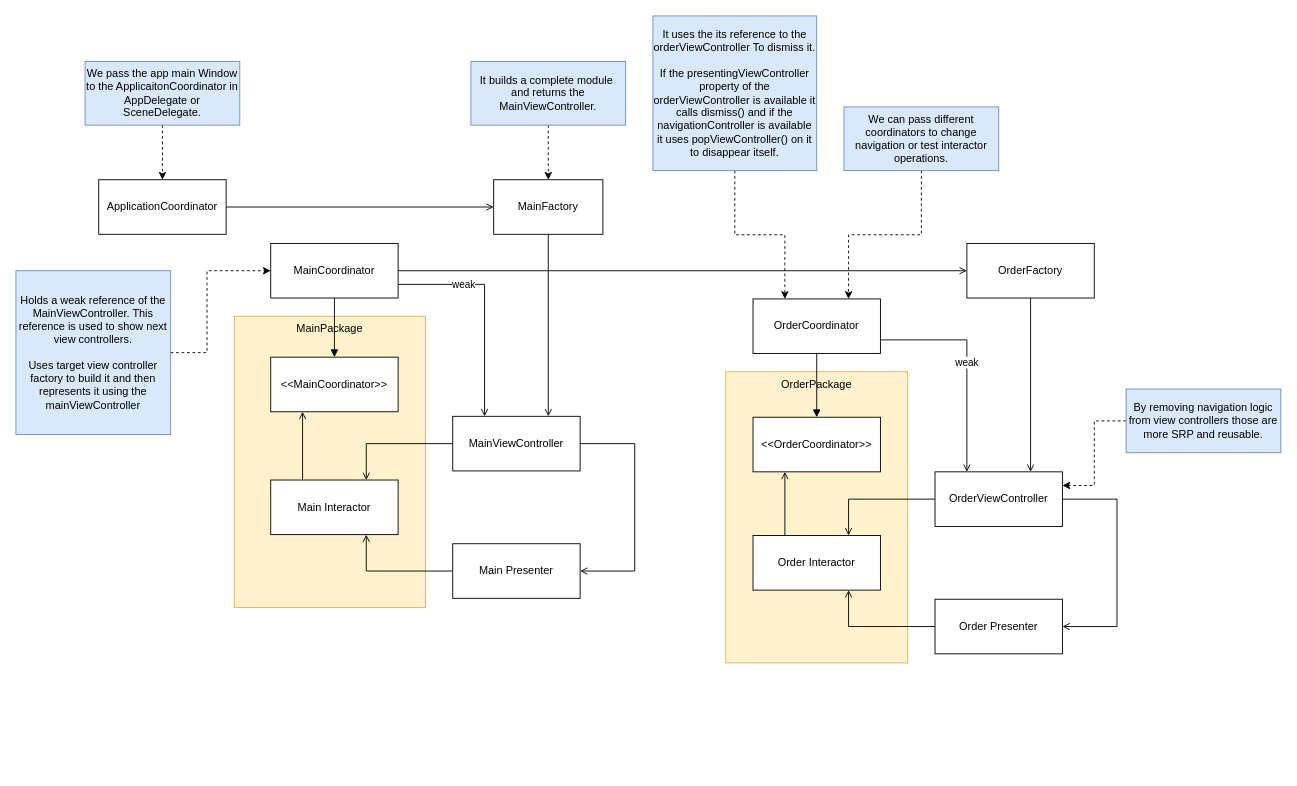
The draw.io diagram RouterPattern/Documents/RouterPattern.drawio in justin-er/Flow, before the edit. Source tidied: cells renumbered, new cells numbered last; positions are measured from the earlier drawing's top-left corner, leaving out a move shared by most shapes. Both pictures are drawn from the tidied source at 91%, with x=0, y=0 at pixel (15, 15).
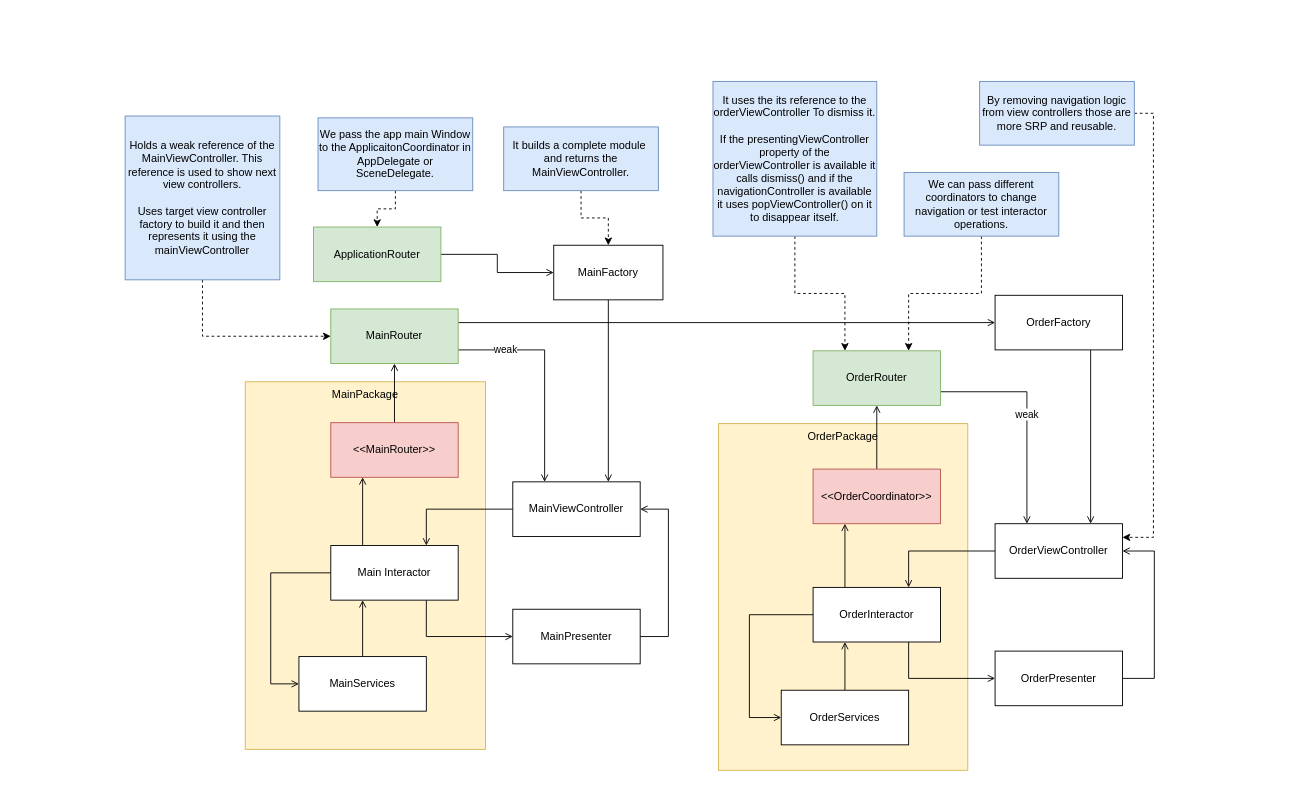
The same page after the edit.

Unchanged cells that the change refers to:
```xml
<mxCell id="11" style="edgeStyle=orthogonalEdgeStyle;rounded=0;jettySize=auto;html=1;entryX=0.25;entryY=0;entryDx=0;entryDy=0;startArrow=none;startFill=0;endArrow=open;endFill=0;exitX=1;exitY=0.75;exitDx=0;exitDy=0;" parent="1" edge="1" source="15" target="6">
  <mxGeometry relative="1" as="geometry" />
</mxCell>
```

What changed in the source:
```diff
@@
     <mxCell id="2" value="OrderPackage" style="rounded=0;whiteSpace=wrap;html=1;fillColor=#fff2cc;strokeColor=#d6b656;verticalAlign=top;labelPosition=center;verticalLabelPosition=middle;align=center;" parent="1" vertex="1">
-      <mxGeometry x="780" y="391" width="200" height="320" as="geometry" />
+      <mxGeometry x="772" y="448" width="274" height="381" as="geometry" />
     </mxCell>
     <mxCell id="3" value="MainPackage" style="rounded=0;whiteSpace=wrap;html=1;fillColor=#fff2cc;strokeColor=#d6b656;verticalAlign=top;labelPosition=center;verticalLabelPosition=middle;align=center;" parent="1" vertex="1">
-      <mxGeometry x="240" y="330" width="210" height="320" as="geometry" />
+      <mxGeometry x="252" y="402" width="264" height="404" as="geometry" />
     </mxCell>
@@
     <mxCell id="6" value="MainViewController" style="rounded=0;whiteSpace=wrap;html=1;" parent="1" vertex="1">
-      <mxGeometry x="480" y="440" width="140" height="60" as="geometry" />
+      <mxGeometry x="546" y="512" width="140" height="60" as="geometry" />
     </mxCell>
-    <mxCell id="7" style="edgeStyle=orthogonalEdgeStyle;rounded=0;jettySize=auto;html=1;entryX=0;entryY=0.5;entryDx=0;entryDy=0;exitX=0.75;exitY=1;exitDx=0;exitDy=0;endArrow=none;endFill=0;startArrow=open;startFill=0;" parent="1" edge="1" source="8" target="10">
+    <mxCell id="7" style="edgeStyle=orthogonalEdgeStyle;rounded=0;jettySize=auto;html=1;entryX=0;entryY=0.5;entryDx=0;entryDy=0;exitX=0.75;exitY=1;exitDx=0;exitDy=0;endArrow=open;endFill=0;startArrow=none;startFill=0;" parent="1" edge="1" source="8" target="10">
       <mxGeometry relative="1" as="geometry" />
     </mxCell>
+    <mxCell id="46" style="edgeStyle=orthogonalEdgeStyle;rounded=0;jettySize=auto;html=1;entryX=0.5;entryY=0;entryDx=0;entryDy=0;startArrow=open;startFill=0;endArrow=none;endFill=0;exitX=0.25;exitY=1;exitDx=0;exitDy=0;" parent="1" edge="1" source="8" target="48">
+      <mxGeometry relative="1" as="geometry" />
+    </mxCell>
+    <mxCell id="47" style="edgeStyle=orthogonalEdgeStyle;rounded=0;jettySize=auto;html=1;entryX=0;entryY=0.5;entryDx=0;entryDy=0;startArrow=none;startFill=0;endArrow=open;endFill=0;exitX=0;exitY=0.5;exitDx=0;exitDy=0;" parent="1" edge="1" source="8" target="48">
+      <mxGeometry relative="1" as="geometry">
+        <Array as="points">
+          <mxPoint x="280" y="612" />
+          <mxPoint x="280" y="734" />
+        </Array>
+      </mxGeometry>
+    </mxCell>
     <mxCell id="8" value="Main Interactor" style="rounded=0;whiteSpace=wrap;html=1;" parent="1" vertex="1">
-      <mxGeometry x="280" y="510" width="140" height="60" as="geometry" />
+      <mxGeometry x="346" y="582" width="140" height="60" as="geometry" />
     </mxCell>
-    <mxCell id="9" style="edgeStyle=orthogonalEdgeStyle;rounded=0;jettySize=auto;html=1;entryX=1;entryY=0.5;entryDx=0;entryDy=0;exitX=1;exitY=0.5;exitDx=0;exitDy=0;endArrow=none;endFill=0;startArrow=open;startFill=0;" parent="1" edge="1" source="10" target="6">
+    <mxCell id="9" style="edgeStyle=orthogonalEdgeStyle;rounded=0;jettySize=auto;html=1;entryX=1;entryY=0.5;entryDx=0;entryDy=0;exitX=1;exitY=0.5;exitDx=0;exitDy=0;endArrow=open;endFill=0;startArrow=none;startFill=0;" parent="1" edge="1" source="10" target="6">
       <mxGeometry relative="1" as="geometry">
         <Array as="points">
-          <mxPoint x="680" y="610" />
-          <mxPoint x="680" y="470" />
+          <mxPoint x="717" y="682" />
+          <mxPoint x="717" y="542" />
         </Array>
       </mxGeometry>
     </mxCell>
-    <mxCell id="10" value="Main Presenter" style="rounded=0;whiteSpace=wrap;html=1;" parent="1" vertex="1">
-      <mxGeometry x="480" y="580" width="140" height="60" as="geometry" />
+    <mxCell id="10" value="MainPresenter" style="rounded=0;whiteSpace=wrap;html=1;" parent="1" vertex="1">
+      <mxGeometry x="546" y="652" width="140" height="60" as="geometry" />
     </mxCell>
@@
     <mxCell id="12" value="weak" style="edgeLabel;html=1;align=center;verticalAlign=middle;" parent="11" vertex="1">
       <mxGeometry x="-0.17" relative="1" as="geometry">
-        <mxPoint x="-24" y="-6" as="offset" />
+        <mxPoint x="-44" y="-6" as="offset" />
       </mxGeometry>
     </mxCell>
-    <mxCell id="13" style="edgeStyle=orthogonalEdgeStyle;rounded=0;jettySize=auto;html=1;entryX=0.5;entryY=0;entryDx=0;entryDy=0;endArrow=block;endFill=1;" parent="1" edge="1" source="15" target="26">
+    <mxCell id="13" style="edgeStyle=orthogonalEdgeStyle;rounded=0;jettySize=auto;html=1;entryX=0.5;entryY=0;entryDx=0;entryDy=0;endArrow=none;endFill=0;startArrow=open;startFill=0;" parent="1" edge="1" source="15" target="26">
       <mxGeometry relative="1" as="geometry" />
     </mxCell>
-    <mxCell id="14" style="edgeStyle=orthogonalEdgeStyle;rounded=0;jettySize=auto;html=1;endArrow=open;endFill=0;" parent="1" edge="1" source="15" target="35">
+    <mxCell id="14" style="edgeStyle=orthogonalEdgeStyle;rounded=0;jettySize=auto;html=1;endArrow=open;endFill=0;exitX=1;exitY=0.25;exitDx=0;exitDy=0;" parent="1" edge="1" source="15" target="35">
       <mxGeometry relative="1" as="geometry" />
     </mxCell>
-    <mxCell id="15" value="MainCoordinator" style="rounded=0;whiteSpace=wrap;html=1;" parent="1" vertex="1">
-      <mxGeometry x="280" y="250" width="140" height="60" as="geometry" />
+    <mxCell id="15" value="MainRouter" style="rounded=0;whiteSpace=wrap;html=1;fillColor=#d5e8d4;strokeColor=#82b366;" parent="1" vertex="1">
+      <mxGeometry x="346" y="322" width="140" height="60" as="geometry" />
     </mxCell>
@@
     <mxCell id="18" value="OrderViewController" style="rounded=0;whiteSpace=wrap;html=1;" parent="1" vertex="1">
-      <mxGeometry x="1010" y="501" width="140" height="60" as="geometry" />
+      <mxGeometry x="1076" y="558" width="140" height="60" as="geometry" />
     </mxCell>
-    <mxCell id="19" style="edgeStyle=orthogonalEdgeStyle;rounded=0;jettySize=auto;html=1;entryX=0;entryY=0.5;entryDx=0;entryDy=0;exitX=0.75;exitY=1;exitDx=0;exitDy=0;endArrow=none;endFill=0;startArrow=open;startFill=0;" parent="1" edge="1" source="20" target="22">
+    <mxCell id="19" style="edgeStyle=orthogonalEdgeStyle;rounded=0;jettySize=auto;html=1;entryX=0;entryY=0.5;entryDx=0;entryDy=0;exitX=0.75;exitY=1;exitDx=0;exitDy=0;endArrow=open;endFill=0;startArrow=none;startFill=0;" parent="1" edge="1" source="20" target="22">
       <mxGeometry relative="1" as="geometry" />
     </mxCell>
-    <mxCell id="20" value="Order Interactor" style="rounded=0;whiteSpace=wrap;html=1;" parent="1" vertex="1">
-      <mxGeometry x="810" y="571" width="140" height="60" as="geometry" />
+    <mxCell id="20" value="OrderInteractor" style="rounded=0;whiteSpace=wrap;html=1;" parent="1" vertex="1">
+      <mxGeometry x="876" y="628" width="140" height="60" as="geometry" />
     </mxCell>
-    <mxCell id="21" style="edgeStyle=orthogonalEdgeStyle;rounded=0;jettySize=auto;html=1;entryX=1;entryY=0.5;entryDx=0;entryDy=0;exitX=1;exitY=0.5;exitDx=0;exitDy=0;endArrow=none;endFill=0;startArrow=open;startFill=0;" parent="1" edge="1" source="22" target="18">
+    <mxCell id="21" style="edgeStyle=orthogonalEdgeStyle;rounded=0;jettySize=auto;html=1;entryX=1;entryY=0.5;entryDx=0;entryDy=0;exitX=1;exitY=0.5;exitDx=0;exitDy=0;endArrow=open;endFill=0;startArrow=none;startFill=0;" parent="1" edge="1" source="22" target="18">
       <mxGeometry relative="1" as="geometry">
         <Array as="points">
-          <mxPoint x="1210" y="671" />
-          <mxPoint x="1210" y="531" />
+          <mxPoint x="1251" y="728" />
+          <mxPoint x="1251" y="588" />
         </Array>
       </mxGeometry>
     </mxCell>
-    <mxCell id="22" value="Order Presenter" style="rounded=0;whiteSpace=wrap;html=1;" parent="1" vertex="1">
-      <mxGeometry x="1010" y="641" width="140" height="60" as="geometry" />
+    <mxCell id="22" value="OrderPresenter" style="rounded=0;whiteSpace=wrap;html=1;" parent="1" vertex="1">
+      <mxGeometry x="1076" y="698" width="140" height="60" as="geometry" />
     </mxCell>
@@
-    <mxCell id="24" style="edgeStyle=orthogonalEdgeStyle;rounded=0;jettySize=auto;html=1;entryX=0.5;entryY=0;entryDx=0;entryDy=0;endArrow=block;endFill=1;exitX=0.5;exitY=1;exitDx=0;exitDy=0;" parent="1" edge="1" source="25" target="27">
+    <mxCell id="24" style="edgeStyle=orthogonalEdgeStyle;rounded=0;jettySize=auto;html=1;entryX=0.5;entryY=0;entryDx=0;entryDy=0;endArrow=none;endFill=0;exitX=0.5;exitY=1;exitDx=0;exitDy=0;startArrow=open;startFill=0;" parent="1" edge="1" source="25" target="27">
       <mxGeometry relative="1" as="geometry" />
     </mxCell>
-    <mxCell id="25" value="OrderCoordinator" style="rounded=0;whiteSpace=wrap;html=1;" parent="1" vertex="1">
-      <mxGeometry x="810" y="311" width="140" height="60" as="geometry" />
+    <mxCell id="25" value="OrderRouter" style="rounded=0;whiteSpace=wrap;html=1;fillColor=#d5e8d4;strokeColor=#82b366;" parent="1" vertex="1">
+      <mxGeometry x="876" y="368" width="140" height="60" as="geometry" />
     </mxCell>
-    <mxCell id="26" value="&amp;lt;&amp;lt;MainCoordinator&amp;gt;&amp;gt;" style="rounded=0;whiteSpace=wrap;html=1;" parent="1" vertex="1">
-      <mxGeometry x="280" y="375" width="140" height="60" as="geometry" />
+    <mxCell id="26" value="&amp;lt;&amp;lt;MainRouter&amp;gt;&amp;gt;" style="rounded=0;whiteSpace=wrap;html=1;fillColor=#f8cecc;strokeColor=#b85450;" parent="1" vertex="1">
+      <mxGeometry x="346" y="447" width="140" height="60" as="geometry" />
     </mxCell>
-    <mxCell id="27" value="&amp;lt;&amp;lt;OrderCoordinator&amp;gt;&amp;gt;" style="rounded=0;whiteSpace=wrap;html=1;" parent="1" vertex="1">
-      <mxGeometry x="810" y="441" width="140" height="60" as="geometry" />
+    <mxCell id="27" value="&amp;lt;&amp;lt;OrderCoordinator&amp;gt;&amp;gt;" style="rounded=0;whiteSpace=wrap;html=1;fillColor=#f8cecc;strokeColor=#b85450;" parent="1" vertex="1">
+      <mxGeometry x="876" y="498" width="140" height="60" as="geometry" />
     </mxCell>
@@
-    <mxCell id="29" value="ApplicationCoordinator" style="rounded=0;whiteSpace=wrap;html=1;" parent="1" vertex="1">
-      <mxGeometry x="91" y="180" width="140" height="60" as="geometry" />
+    <mxCell id="29" value="ApplicationRouter" style="rounded=0;whiteSpace=wrap;html=1;fillColor=#d5e8d4;strokeColor=#82b366;" parent="1" vertex="1">
+      <mxGeometry x="327" y="232" width="140" height="60" as="geometry" />
     </mxCell>
@@
     <mxCell id="31" value="We pass the app main Window to the ApplicaitonCoordinator in AppDelegate or SceneDelegate." style="text;html=1;strokeColor=#6c8ebf;fillColor=#dae8fc;align=center;verticalAlign=middle;whiteSpace=wrap;rounded=0;" parent="1" vertex="1">
-      <mxGeometry x="76" y="50" width="170" height="70" as="geometry" />
+      <mxGeometry x="332" y="112" width="170" height="80" as="geometry" />
     </mxCell>
@@
     <mxCell id="33" value="MainFactory" style="whiteSpace=wrap;html=1;rounded=0;" parent="1" vertex="1">
-      <mxGeometry x="525" y="180" width="120" height="60" as="geometry" />
+      <mxGeometry x="591" y="252" width="120" height="60" as="geometry" />
     </mxCell>
-    <mxCell id="34" style="edgeStyle=orthogonalEdgeStyle;rounded=0;jettySize=auto;html=1;entryX=0.75;entryY=0;entryDx=0;entryDy=0;endArrow=open;endFill=0;" parent="1" edge="1" source="35" target="18">
+    <mxCell id="34" style="edgeStyle=orthogonalEdgeStyle;rounded=0;jettySize=auto;html=1;entryX=0.75;entryY=0;entryDx=0;entryDy=0;endArrow=open;endFill=0;exitX=0.75;exitY=1;exitDx=0;exitDy=0;" parent="1" edge="1" source="35" target="18">
       <mxGeometry relative="1" as="geometry" />
     </mxCell>
     <mxCell id="35" value="OrderFactory" style="rounded=0;whiteSpace=wrap;html=1;" parent="1" vertex="1">
-      <mxGeometry x="1045" y="250" width="140" height="60" as="geometry" />
+      <mxGeometry x="1076" y="307" width="140" height="60" as="geometry" />
     </mxCell>
@@
     <mxCell id="37" value="It builds a complete module&amp;nbsp; and returns the MainViewController." style="text;html=1;strokeColor=#6c8ebf;fillColor=#dae8fc;align=center;verticalAlign=middle;whiteSpace=wrap;rounded=0;" parent="1" vertex="1">
-      <mxGeometry x="500" y="50" width="170" height="70" as="geometry" />
+      <mxGeometry x="536" y="122" width="170" height="70" as="geometry" />
     </mxCell>
-    <mxCell id="38" style="edgeStyle=orthogonalEdgeStyle;rounded=0;jettySize=auto;html=1;entryX=0;entryY=0.5;entryDx=0;entryDy=0;dashed=1;endArrow=classic;endFill=1;" parent="1" edge="1" source="39" target="15">
+    <mxCell id="38" style="edgeStyle=orthogonalEdgeStyle;rounded=0;jettySize=auto;html=1;entryX=0;entryY=0.5;entryDx=0;entryDy=0;dashed=1;endArrow=classic;endFill=1;exitX=0.5;exitY=1;exitDx=0;exitDy=0;" parent="1" edge="1" source="39" target="15">
       <mxGeometry relative="1" as="geometry">
         <Array as="points">
-          <mxPoint x="210" y="370" />
-          <mxPoint x="210" y="280" />
+          <mxPoint x="205" y="352" />
         </Array>
       </mxGeometry>
     </mxCell>
     <mxCell id="39" value="Holds a weak reference of the MainViewController. This reference is used to show next view controllers.&lt;br&gt;&lt;br&gt;Uses target view controller factory to build it and then represents it using the mainViewController" style="text;html=1;strokeColor=#6c8ebf;fillColor=#dae8fc;align=center;verticalAlign=middle;whiteSpace=wrap;rounded=0;" parent="1" vertex="1">
-      <mxGeometry y="280" width="170" height="180" as="geometry" />
+      <mxGeometry x="120" y="110" width="170" height="180" as="geometry" />
     </mxCell>
@@
     <mxCell id="41" value="We can pass different coordinators to change navigation or test interactor operations." style="text;html=1;strokeColor=#6c8ebf;fillColor=#dae8fc;align=center;verticalAlign=middle;whiteSpace=wrap;rounded=0;" parent="1" vertex="1">
-      <mxGeometry x="910" y="100" width="170" height="70" as="geometry" />
+      <mxGeometry x="976" y="172" width="170" height="70" as="geometry" />
     </mxCell>
     <mxCell id="42" style="edgeStyle=orthogonalEdgeStyle;rounded=0;jettySize=auto;html=1;entryX=1;entryY=0.25;entryDx=0;entryDy=0;dashed=1;endArrow=classic;endFill=1;" parent="1" edge="1" source="43" target="18">
-      <mxGeometry relative="1" as="geometry" />
+      <mxGeometry relative="1" as="geometry">
+        <Array as="points">
+          <mxPoint x="1250" y="107" />
+          <mxPoint x="1250" y="573" />
+        </Array>
+      </mxGeometry>
     </mxCell>
     <mxCell id="43" value="By removing navigation logic from view controllers those are more SRP and reusable." style="text;html=1;strokeColor=#6c8ebf;fillColor=#dae8fc;align=center;verticalAlign=middle;whiteSpace=wrap;rounded=0;" parent="1" vertex="1">
-      <mxGeometry x="1220" y="410" width="170" height="70" as="geometry" />
+      <mxGeometry x="1059" y="72" width="170" height="70" as="geometry" />
     </mxCell>
@@
     <mxCell id="45" value="It uses the its reference to the orderViewController To dismiss it.&lt;br&gt;&lt;br&gt;If the presentingViewController property of the orderViewController is available it calls dismiss() and if the navigationController is available it uses popViewController() on it to disappear itself." style="text;html=1;strokeColor=#6c8ebf;fillColor=#dae8fc;align=center;verticalAlign=middle;whiteSpace=wrap;rounded=0;" parent="1" vertex="1">
-      <mxGeometry x="700" width="180" height="170" as="geometry" />
+      <mxGeometry x="766" y="72" width="180" height="170" as="geometry" />
     </mxCell>
+    <mxCell id="48" value="MainServices" style="rounded=0;whiteSpace=wrap;html=1;" parent="1" vertex="1">
+      <mxGeometry x="311" y="704" width="140" height="60" as="geometry" />
+    </mxCell>
+    <mxCell id="49" style="edgeStyle=orthogonalEdgeStyle;rounded=0;jettySize=auto;html=1;entryX=0.25;entryY=1;entryDx=0;entryDy=0;startArrow=none;startFill=0;endArrow=open;endFill=0;" parent="1" edge="1" source="51" target="20">
+      <mxGeometry relative="1" as="geometry" />
+    </mxCell>
+    <mxCell id="50" style="edgeStyle=orthogonalEdgeStyle;rounded=0;jettySize=auto;html=1;entryX=0;entryY=0.5;entryDx=0;entryDy=0;startArrow=open;startFill=0;endArrow=none;endFill=0;exitX=0;exitY=0.5;exitDx=0;exitDy=0;" parent="1" edge="1" source="51" target="20">
+      <mxGeometry relative="1" as="geometry">
+        <Array as="points">
+          <mxPoint x="806" y="771" />
+          <mxPoint x="806" y="658" />
+        </Array>
+      </mxGeometry>
+    </mxCell>
+    <mxCell id="51" value="OrderServices" style="rounded=0;whiteSpace=wrap;html=1;" parent="1" vertex="1">
+      <mxGeometry x="841" y="741" width="140" height="60" as="geometry" />
+    </mxCell>
```
